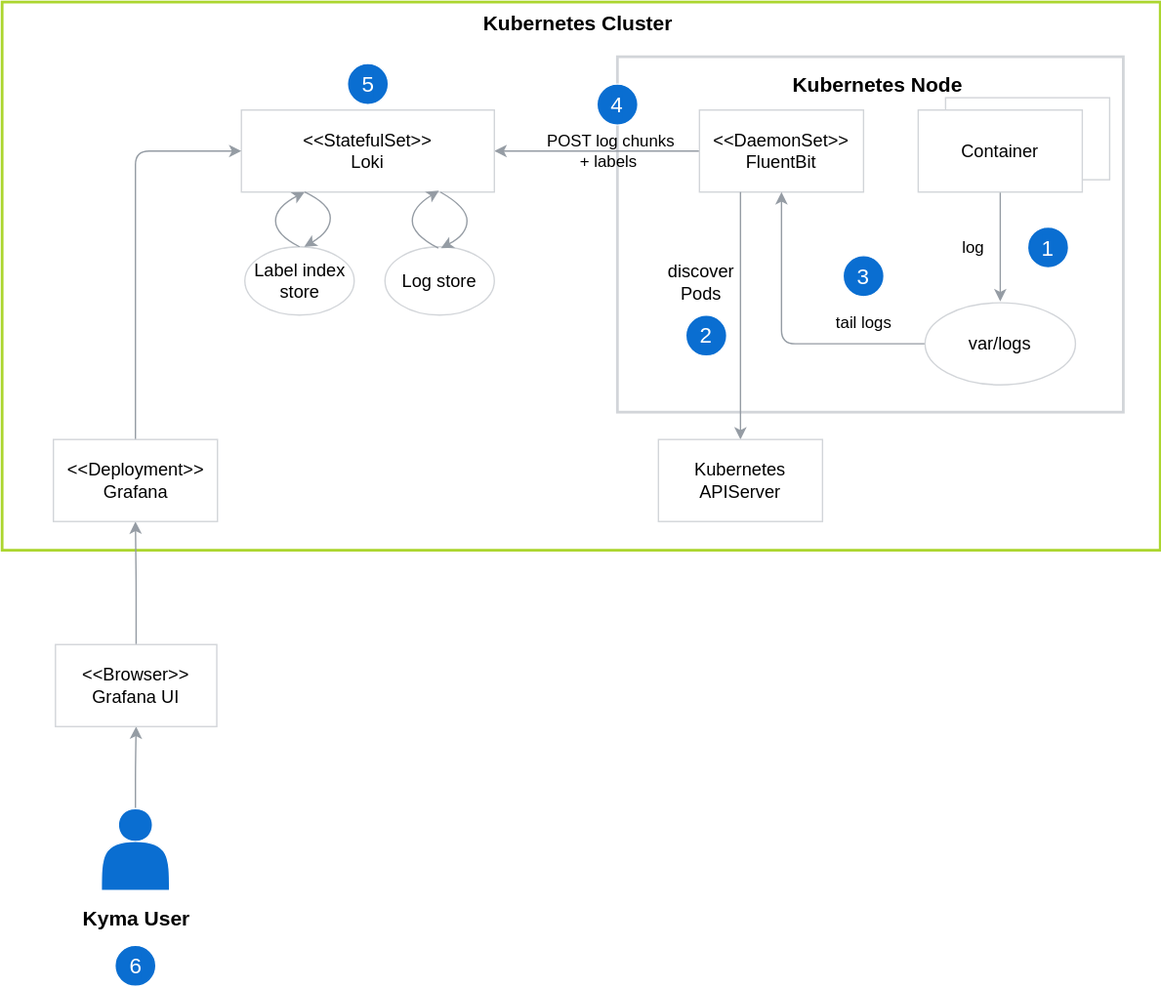
Above: docs/05-technical-reference/03-architecture/assets/obsv-logging-architecture.svg in kyma-project/kyma (draw.io), before the change. Source tidied: cells renumbered, new cells last; positions are measured from the earlier drawing's top-left corner, leaving out a move shared by most shapes.
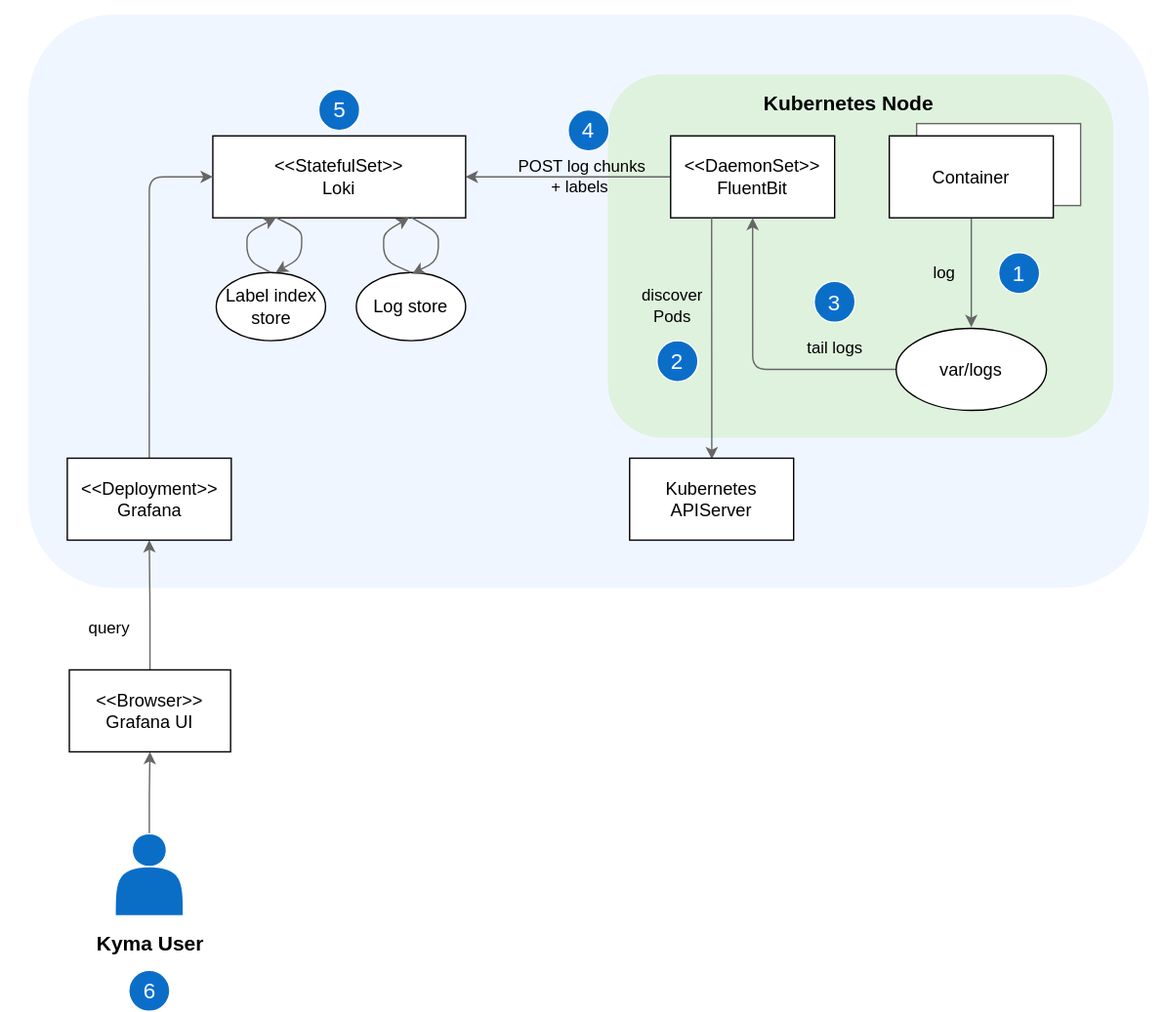
The same file after the commit.

Commit message:
update logging architecture

Change to the diagram source:
```diff
@@ -2,51 +2,54 @@
   <root>
     <mxCell id="0" />
     <mxCell id="1" parent="0" />
-    <mxCell id="2" value="&lt;font size=&quot;1&quot;&gt;&lt;span style=&quot;white-space: nowrap ; font-size: 15px&quot;&gt;&lt;b&gt;Kubernetes Cluster&amp;nbsp;&lt;/b&gt;&lt;/span&gt;&lt;/font&gt;" style="rounded=0;whiteSpace=wrap;html=1;strokeColor=#ACD62F;fillColor=none;gradientColor=none;fontSize=13;align=center;horizontal=1;verticalAlign=top;strokeWidth=2;" parent="1" vertex="1">
-      <mxGeometry width="847" height="401" as="geometry" />
-    </mxCell>
-    <mxCell id="3" style="rounded=0;whiteSpace=wrap;html=1;strokeColor=#D2D5D9;fillColor=none;gradientColor=none;fontSize=13;strokeWidth=2;" parent="1" vertex="1">
-      <mxGeometry x="450" y="40" width="370" height="260" as="geometry" />
-    </mxCell>
+    <mxCell id="38" style="rounded=0;whiteSpace=wrap;html=1;strokeColor=none;" parent="1" vertex="1">
+      <mxGeometry x="20" y="-20" width="850" height="740" as="geometry" />
+    </mxCell>
+    <mxCell id="39" style="rounded=1;whiteSpace=wrap;html=1;strokeColor=none;fillColor=#F0F6FF;" parent="1" vertex="1">
+      <mxGeometry x="40" y="-10" width="820" height="420" as="geometry" />
+    </mxCell>
+    <mxCell id="40" style="rounded=1;whiteSpace=wrap;html=1;strokeColor=none;fillColor=#DEF2DD;" parent="1" vertex="1">
+      <mxGeometry x="464" y="34" width="370" height="266" as="geometry" />
+    </mxCell>
-    <mxCell id="4" style="rounded=0;whiteSpace=wrap;html=1;strokeColor=#D2D5D9;fillColor=#ffffff;gradientColor=none;" parent="1" vertex="1">
+    <mxCell id="4" style="rounded=0;whiteSpace=wrap;html=1;fillColor=#ffffff;gradientColor=none;strokeColor=#666666;" parent="1" vertex="1">
       <mxGeometry x="690" y="70" width="120" height="60" as="geometry" />
     </mxCell>
-    <mxCell id="5" style="edgeStyle=orthogonalEdgeStyle;rounded=1;jettySize=auto;html=1;entryX=0.5;entryY=1;entryDx=0;entryDy=0;strokeColor=#959CA4;fontColor=#FFFFFF;" parent="1" edge="1" source="6" target="8">
+    <mxCell id="5" style="edgeStyle=orthogonalEdgeStyle;rounded=1;jettySize=auto;html=1;entryX=0.5;entryY=1;entryDx=0;entryDy=0;fontColor=#FFFFFF;strokeColor=#666666;" parent="1" edge="1" source="6" target="8">
       <mxGeometry relative="1" as="geometry" />
     </mxCell>
-    <mxCell id="6" style="shape=actor;whiteSpace=wrap;html=1;gradientColor=none;fillColor=#0A6ED1;strokeColor=#FFFFFF;" parent="1" vertex="1">
-      <mxGeometry x="72.5" y="590" width="50" height="60" as="geometry" />
+    <mxCell id="6" style="shape=actor;whiteSpace=wrap;html=1;gradientColor=none;strokeColor=#FFFFFF;fillColor=#0A6EC7;" parent="1" vertex="1">
+      <mxGeometry x="103.5" y="590" width="50" height="60" as="geometry" />
     </mxCell>
-    <mxCell id="7" style="edgeStyle=orthogonalEdgeStyle;rounded=1;jettySize=auto;html=1;entryX=0.5;entryY=1;entryDx=0;entryDy=0;strokeColor=#959CA4;fontColor=#FFFFFF;" parent="1" edge="1" source="8" target="34">
+    <mxCell id="7" style="edgeStyle=orthogonalEdgeStyle;rounded=1;jettySize=auto;html=1;entryX=0.5;entryY=1;entryDx=0;entryDy=0;fontColor=#FFFFFF;strokeColor=#666666;" parent="1" edge="1" source="8" target="34">
       <mxGeometry relative="1" as="geometry" />
     </mxCell>
-    <mxCell id="8" value="&amp;lt;&amp;lt;Browser&amp;gt;&amp;gt;&lt;br&gt;Grafana UI" style="rounded=0;whiteSpace=wrap;html=1;strokeColor=#D2D5D9;fillColor=none;gradientColor=none;fontSize=13;" parent="1" vertex="1">
-      <mxGeometry x="39" y="470" width="118" height="60" as="geometry" />
+    <mxCell id="8" value="&amp;lt;&amp;lt;Browser&amp;gt;&amp;gt;&lt;br&gt;Grafana UI" style="rounded=0;whiteSpace=wrap;html=1;fontSize=13;" parent="1" vertex="1">
+      <mxGeometry x="70" y="470" width="118" height="60" as="geometry" />
     </mxCell>
-    <mxCell id="9" style="edgeStyle=orthogonalEdgeStyle;rounded=0;jettySize=auto;html=1;startArrow=classic;startFill=1;endArrow=none;endFill=0;strokeColor=#959CA4;" parent="1" edge="1" source="10" target="11">
+    <mxCell id="9" style="edgeStyle=orthogonalEdgeStyle;rounded=1;jettySize=auto;html=1;startArrow=classic;startFill=1;endArrow=none;endFill=0;strokeColor=#666666;" parent="1" edge="1" source="10" target="11">
       <mxGeometry relative="1" as="geometry" />
     </mxCell>
-    <mxCell id="10" value="&amp;lt;&amp;lt;StatefulSet&amp;gt;&amp;gt;&lt;br style=&quot;font-size: 13px&quot;&gt;Loki" style="rounded=0;whiteSpace=wrap;html=1;strokeColor=#D2D5D9;fillColor=none;gradientColor=none;fontSize=13;" parent="1" vertex="1">
+    <mxCell id="10" value="&amp;lt;&amp;lt;StatefulSet&amp;gt;&amp;gt;&lt;br style=&quot;font-size: 13px&quot;&gt;Loki" style="rounded=0;whiteSpace=wrap;html=1;fontSize=13;" parent="1" vertex="1">
       <mxGeometry x="175" y="79" width="185" height="60" as="geometry" />
     </mxCell>
-    <mxCell id="11" value="&amp;lt;&amp;lt;DaemonSet&amp;gt;&amp;gt;&lt;br style=&quot;font-size: 13px&quot;&gt;FluentBit" style="rounded=0;whiteSpace=wrap;html=1;strokeColor=#D2D5D9;fillColor=none;gradientColor=none;fontSize=13;" parent="1" vertex="1">
+    <mxCell id="11" value="&amp;lt;&amp;lt;DaemonSet&amp;gt;&amp;gt;&lt;br style=&quot;font-size: 13px&quot;&gt;FluentBit" style="rounded=0;whiteSpace=wrap;html=1;fontSize=13;" parent="1" vertex="1">
       <mxGeometry x="510" y="79" width="120" height="60" as="geometry" />
     </mxCell>
     <mxCell id="12" value="POST log chunks&lt;br&gt;+ labels&amp;nbsp;" style="text;html=1;align=center;verticalAlign=middle;strokeColor=none;" parent="1" vertex="1">
       <mxGeometry x="390" y="94" width="110" height="30" as="geometry" />
     </mxCell>
-    <mxCell id="13" style="edgeStyle=orthogonalEdgeStyle;rounded=0;jettySize=auto;html=1;startArrow=none;startFill=0;endArrow=classic;endFill=1;strokeColor=#959CA4;" parent="1" edge="1" source="14">
+    <mxCell id="13" style="edgeStyle=orthogonalEdgeStyle;rounded=1;jettySize=auto;html=1;startArrow=none;startFill=0;endArrow=classic;endFill=1;strokeColor=#666666;" parent="1" edge="1" source="14">
       <mxGeometry relative="1" as="geometry">
         <mxPoint x="730" y="219" as="targetPoint" />
       </mxGeometry>
     </mxCell>
-    <mxCell id="14" value="Container" style="rounded=0;whiteSpace=wrap;html=1;strokeColor=#D2D5D9;fillColor=#ffffff;gradientColor=none;fontSize=13;" parent="1" vertex="1">
+    <mxCell id="14" value="Container" style="rounded=0;whiteSpace=wrap;html=1;fontSize=13;" parent="1" vertex="1">
       <mxGeometry x="670" y="79" width="120" height="60" as="geometry" />
     </mxCell>
-    <mxCell id="15" style="edgeStyle=orthogonalEdgeStyle;rounded=1;jettySize=auto;html=1;entryX=0.5;entryY=1;entryDx=0;entryDy=0;startArrow=none;startFill=0;endArrow=classic;endFill=1;strokeColor=#959CA4;" parent="1" edge="1" source="16" target="11">
+    <mxCell id="15" style="edgeStyle=orthogonalEdgeStyle;rounded=1;jettySize=auto;html=1;entryX=0.5;entryY=1;entryDx=0;entryDy=0;startArrow=none;startFill=0;endArrow=classic;endFill=1;strokeColor=#666666;" parent="1" edge="1" source="16" target="11">
       <mxGeometry relative="1" as="geometry" />
     </mxCell>
-    <mxCell id="16" value="var/logs" style="ellipse;whiteSpace=wrap;html=1;strokeColor=#D2D5D9;fillColor=#ffffff;gradientColor=none;fontSize=13;" parent="1" vertex="1">
+    <mxCell id="16" value="var/logs" style="ellipse;whiteSpace=wrap;html=1;fontSize=13;" parent="1" vertex="1">
       <mxGeometry x="675" y="220" width="110" height="60" as="geometry" />
     </mxCell>
     <mxCell id="17" value="log" style="text;html=1;align=center;verticalAlign=middle;" parent="1" vertex="1">
@@ -55,26 +58,24 @@
     <mxCell id="18" value="tail logs" style="text;html=1;align=center;verticalAlign=middle;" parent="1" vertex="1">
       <mxGeometry x="600" y="225" width="60" height="20" as="geometry" />
     </mxCell>
-    <mxCell id="19" style="edgeStyle=orthogonalEdgeStyle;rounded=0;jettySize=auto;html=1;startArrow=none;startFill=0;endArrow=classic;endFill=1;exitX=0.25;exitY=1;exitDx=0;exitDy=0;strokeColor=#959CA4;" parent="1" edge="1" source="11">
-      <mxGeometry relative="1" as="geometry">
-        <mxPoint x="540" y="320" as="targetPoint" />
-      </mxGeometry>
+    <mxCell id="19" style="edgeStyle=orthogonalEdgeStyle;rounded=1;jettySize=auto;html=1;startArrow=none;startFill=0;endArrow=classic;endFill=1;exitX=0.25;exitY=1;exitDx=0;exitDy=0;strokeColor=#666666;entryX=0.501;entryY=0.013;entryDx=0;entryDy=0;entryPerimeter=0;" parent="1" edge="1" source="11" target="21">
+      <mxGeometry relative="1" as="geometry" />
     </mxCell>
-    <mxCell id="20" value="discover&lt;br&gt;Pods" style="text;html=1;align=center;verticalAlign=middle;labelBackgroundColor=#ffffff;fontSize=13;" parent="19" vertex="1">
+    <mxCell id="20" value="&lt;font style=&quot;font-size: 12px&quot;&gt;discover&lt;br&gt;Pods&lt;/font&gt;" style="text;html=1;align=center;verticalAlign=middle;labelBackgroundColor=none;fontSize=13;" parent="19" vertex="1">
       <mxGeometry x="-0.24" y="2" relative="1" as="geometry">
         <mxPoint x="-32" y="-4" as="offset" />
       </mxGeometry>
     </mxCell>
-    <mxCell id="21" value="Kubernetes&lt;br&gt;APIServer" style="rounded=0;whiteSpace=wrap;html=1;strokeColor=#D2D5D9;fillColor=#ffffff;gradientColor=none;fontSize=13;" parent="1" vertex="1">
-      <mxGeometry x="480" y="320" width="120" height="60" as="geometry" />
+    <mxCell id="21" value="Kubernetes&lt;br&gt;APIServer" style="rounded=0;whiteSpace=wrap;html=1;fontSize=13;" parent="1" vertex="1">
+      <mxGeometry x="480" y="315" width="120" height="60" as="geometry" />
     </mxCell>
-    <mxCell id="22" value="Label index store" style="ellipse;whiteSpace=wrap;html=1;strokeColor=#D2D5D9;fillColor=#ffffff;gradientColor=none;fontSize=13;" parent="1" vertex="1">
+    <mxCell id="22" value="Label index store" style="ellipse;whiteSpace=wrap;html=1;fontSize=13;" parent="1" vertex="1">
       <mxGeometry x="177.5" y="179" width="80" height="50" as="geometry" />
     </mxCell>
-    <mxCell id="23" value="Log store" style="ellipse;whiteSpace=wrap;html=1;strokeColor=#D2D5D9;fillColor=#ffffff;gradientColor=none;fontSize=13;" parent="1" vertex="1">
+    <mxCell id="23" value="Log store" style="ellipse;whiteSpace=wrap;html=1;fontSize=13;" parent="1" vertex="1">
       <mxGeometry x="280" y="179" width="80" height="50" as="geometry" />
     </mxCell>
-    <mxCell id="24" style="endArrow=classic;html=1;curved=1;strokeColor=#959CA4;entryX=0.25;entryY=1;entryDx=0;entryDy=0;exitX=0.5;exitY=0;exitDx=0;exitDy=0;" parent="1" edge="1" source="22" target="10">
+    <mxCell id="24" style="endArrow=classic;html=1;entryX=0.25;entryY=1;entryDx=0;entryDy=0;exitX=0.5;exitY=0;exitDx=0;exitDy=0;rounded=1;strokeColor=#666666;" parent="1" edge="1" source="22" target="10">
       <mxGeometry relative="1" as="geometry">
         <Array as="points">
           <mxPoint x="200" y="170" />
@@ -82,16 +83,7 @@
         </Array>
       </mxGeometry>
     </mxCell>
-    <mxCell id="25" style="endArrow=classic;html=1;curved=1;entryX=0.781;entryY=0.983;entryDx=0;entryDy=0;strokeColor=#959CA4;entryPerimeter=0;" parent="1" edge="1" target="10">
-      <mxGeometry relative="1" as="geometry">
-        <mxPoint x="319" y="180" as="sourcePoint" />
-        <Array as="points">
-          <mxPoint x="300" y="170" />
-          <mxPoint x="300" y="150" />
-        </Array>
-      </mxGeometry>
-    </mxCell>
-    <mxCell id="26" style="endArrow=none;html=1;curved=1;startArrow=classic;startFill=1;endFill=0;strokeColor=#959CA4;" parent="1" edge="1" target="10">
+    <mxCell id="26" style="endArrow=none;html=1;startArrow=classic;startFill=1;endFill=0;rounded=1;strokeColor=#666666;" parent="1" edge="1" target="10">
       <mxGeometry relative="1" as="geometry">
         <mxPoint x="321" y="180" as="sourcePoint" />
         <Array as="points">
@@ -101,9 +93,9 @@
       </mxGeometry>
     </mxCell>
     <mxCell id="27" value="&lt;font style=&quot;font-size: 15px&quot;&gt;&lt;b&gt;Kubernetes Node&lt;/b&gt;&lt;/font&gt;" style="text;html=1;align=center;verticalAlign=middle;" parent="1" vertex="1">
-      <mxGeometry x="570" y="50" width="140" height="20" as="geometry" />
+      <mxGeometry x="570" y="45" width="140" height="20" as="geometry" />
     </mxCell>
-    <mxCell id="28" style="endArrow=none;html=1;curved=1;startArrow=classic;startFill=1;endFill=0;strokeColor=#959CA4;entryX=0.25;entryY=1;entryDx=0;entryDy=0;" parent="1" edge="1" target="10">
+    <mxCell id="28" style="endArrow=none;html=1;startArrow=classic;startFill=1;endFill=0;entryX=0.25;entryY=1;entryDx=0;entryDy=0;rounded=1;strokeColor=#666666;" parent="1" edge="1" target="10">
       <mxGeometry relative="1" as="geometry">
         <mxPoint x="221" y="179" as="sourcePoint" />
         <Array as="points">
@@ -112,32 +104,43 @@
         </Array>
       </mxGeometry>
     </mxCell>
-    <mxCell id="29" value="&lt;font style=&quot;font-size: 16px&quot;&gt;1&lt;/font&gt;" style="ellipse;whiteSpace=wrap;html=1;labelBackgroundColor=#0A6ED1;fontColor=#FFFFFF;fillColor=#0A6ED1;strokeColor=#FFFFFF;" parent="1" vertex="1">
+    <mxCell id="29" value="&lt;font style=&quot;font-size: 16px&quot;&gt;1&lt;/font&gt;" style="ellipse;whiteSpace=wrap;html=1;labelBackgroundColor=#0A6ED1;fontColor=#FFFFFF;strokeColor=#FFFFFF;fillColor=#0A6EC7;" parent="1" vertex="1">
       <mxGeometry x="750" y="164.5" width="30" height="30" as="geometry" />
     </mxCell>
-    <mxCell id="30" value="&lt;font style=&quot;font-size: 16px&quot;&gt;2&lt;/font&gt;" style="ellipse;whiteSpace=wrap;html=1;labelBackgroundColor=#0A6ED1;fontColor=#FFFFFF;fillColor=#0A6ED1;strokeColor=#FFFFFF;" parent="1" vertex="1">
+    <mxCell id="30" value="&lt;font style=&quot;font-size: 16px&quot;&gt;2&lt;/font&gt;" style="ellipse;whiteSpace=wrap;html=1;labelBackgroundColor=#0A6ED1;fontColor=#FFFFFF;strokeColor=#FFFFFF;fillColor=#0A6EC7;" parent="1" vertex="1">
       <mxGeometry x="500" y="229" width="30" height="30" as="geometry" />
     </mxCell>
-    <mxCell id="31" value="&lt;font style=&quot;font-size: 16px&quot;&gt;3&lt;/font&gt;" style="ellipse;whiteSpace=wrap;html=1;labelBackgroundColor=#0A6ED1;fontColor=#FFFFFF;fillColor=#0A6ED1;strokeColor=#FFFFFF;" parent="1" vertex="1">
+    <mxCell id="31" value="&lt;font style=&quot;font-size: 16px&quot;&gt;3&lt;/font&gt;" style="ellipse;whiteSpace=wrap;html=1;labelBackgroundColor=#0A6ED1;fontColor=#FFFFFF;strokeColor=#FFFFFF;fillColor=#0A6EC7;" parent="1" vertex="1">
       <mxGeometry x="615" y="185.5" width="30" height="30" as="geometry" />
     </mxCell>
-    <mxCell id="32" value="&lt;font style=&quot;font-size: 16px&quot;&gt;4&lt;/font&gt;" style="ellipse;whiteSpace=wrap;html=1;labelBackgroundColor=#0A6ED1;fontColor=#FFFFFF;fillColor=#0A6ED1;strokeColor=#FFFFFF;" parent="1" vertex="1">
+    <mxCell id="32" value="&lt;font style=&quot;font-size: 16px&quot;&gt;4&lt;/font&gt;" style="ellipse;whiteSpace=wrap;html=1;labelBackgroundColor=#0A6ED1;fontColor=#FFFFFF;strokeColor=#FFFFFF;fillColor=#0A6EC7;" parent="1" vertex="1">
       <mxGeometry x="435" y="60" width="30" height="30" as="geometry" />
     </mxCell>
-    <mxCell id="33" style="edgeStyle=orthogonalEdgeStyle;rounded=1;jettySize=auto;html=1;entryX=0;entryY=0.5;entryDx=0;entryDy=0;exitX=0.5;exitY=0;exitDx=0;exitDy=0;strokeColor=#959CA4;" parent="1" edge="1" source="34" target="10">
+    <mxCell id="33" style="edgeStyle=orthogonalEdgeStyle;rounded=1;jettySize=auto;html=1;entryX=0;entryY=0.5;entryDx=0;entryDy=0;exitX=0.5;exitY=0;exitDx=0;exitDy=0;strokeColor=#666666;" parent="1" edge="1" source="34" target="10">
       <mxGeometry relative="1" as="geometry" />
     </mxCell>
-    <mxCell id="34" value="&amp;lt;&amp;lt;Deployment&amp;gt;&amp;gt;&lt;br style=&quot;font-size: 13px;&quot;&gt;Grafana" style="rounded=0;whiteSpace=wrap;html=1;strokeColor=#D2D5D9;fillColor=none;gradientColor=none;fontSize=13;" parent="1" vertex="1">
-      <mxGeometry x="37.5" y="320" width="120" height="60" as="geometry" />
+    <mxCell id="34" value="&amp;lt;&amp;lt;Deployment&amp;gt;&amp;gt;&lt;br style=&quot;font-size: 13px;&quot;&gt;Grafana" style="rounded=0;whiteSpace=wrap;html=1;fontSize=13;" parent="1" vertex="1">
+      <mxGeometry x="68.5" y="315" width="120" height="60" as="geometry" />
     </mxCell>
     <mxCell id="35" value="&lt;font style=&quot;font-size: 15px&quot;&gt;&lt;b&gt;Kyma User&lt;/b&gt;&lt;/font&gt;" style="text;html=1;align=center;verticalAlign=middle;fontSize=15;" parent="1" vertex="1">
-      <mxGeometry x="52.5" y="660" width="90" height="20" as="geometry" />
+      <mxGeometry x="83.5" y="660" width="90" height="20" as="geometry" />
     </mxCell>
-    <mxCell id="36" value="&lt;font style=&quot;font-size: 16px&quot;&gt;6&lt;/font&gt;" style="ellipse;whiteSpace=wrap;html=1;labelBackgroundColor=#0A6ED1;fontColor=#FFFFFF;fillColor=#0A6ED1;strokeColor=#FFFFFF;" parent="1" vertex="1">
-      <mxGeometry x="82.5" y="690" width="30" height="30" as="geometry" />
+    <mxCell id="36" value="&lt;font style=&quot;font-size: 16px&quot;&gt;6&lt;/font&gt;" style="ellipse;whiteSpace=wrap;html=1;labelBackgroundColor=#0A6ED1;fontColor=#FFFFFF;strokeColor=#FFFFFF;fillColor=#0A6EC7;" parent="1" vertex="1">
+      <mxGeometry x="113.5" y="690" width="30" height="30" as="geometry" />
     </mxCell>
-    <mxCell id="37" value="&lt;span style=&quot;font-size: 16px&quot;&gt;5&lt;/span&gt;" style="ellipse;whiteSpace=wrap;html=1;labelBackgroundColor=#0A6ED1;fontColor=#FFFFFF;fillColor=#0A6ED1;strokeColor=#FFFFFF;" parent="1" vertex="1">
+    <mxCell id="37" value="&lt;span style=&quot;font-size: 16px&quot;&gt;5&lt;/span&gt;" style="ellipse;whiteSpace=wrap;html=1;labelBackgroundColor=#0A6ED1;fontColor=#FFFFFF;strokeColor=#FFFFFF;fillColor=#0A6EC7;" parent="1" vertex="1">
       <mxGeometry x="252.5" y="45" width="30" height="30" as="geometry" />
     </mxCell>
+    <mxCell id="41" style="endArrow=classic;html=1;exitX=0.5;exitY=0;exitDx=0;exitDy=0;rounded=1;strokeColor=#666666;entryX=0.776;entryY=0.998;entryDx=0;entryDy=0;entryPerimeter=0;" parent="1" edge="1" source="23" target="10">
+      <mxGeometry relative="1" as="geometry">
+        <Array as="points">
+          <mxPoint x="300" y="170" />
+          <mxPoint x="300" y="150" />
+        </Array>
+      </mxGeometry>
+    </mxCell>
+    <mxCell id="42" value="query" style="text;html=1;align=center;verticalAlign=middle;" parent="1" vertex="1">
+      <mxGeometry x="73.5" y="430" width="50" height="20" as="geometry" />
+    </mxCell>
   </root>
 </mxGraphModel>
```
